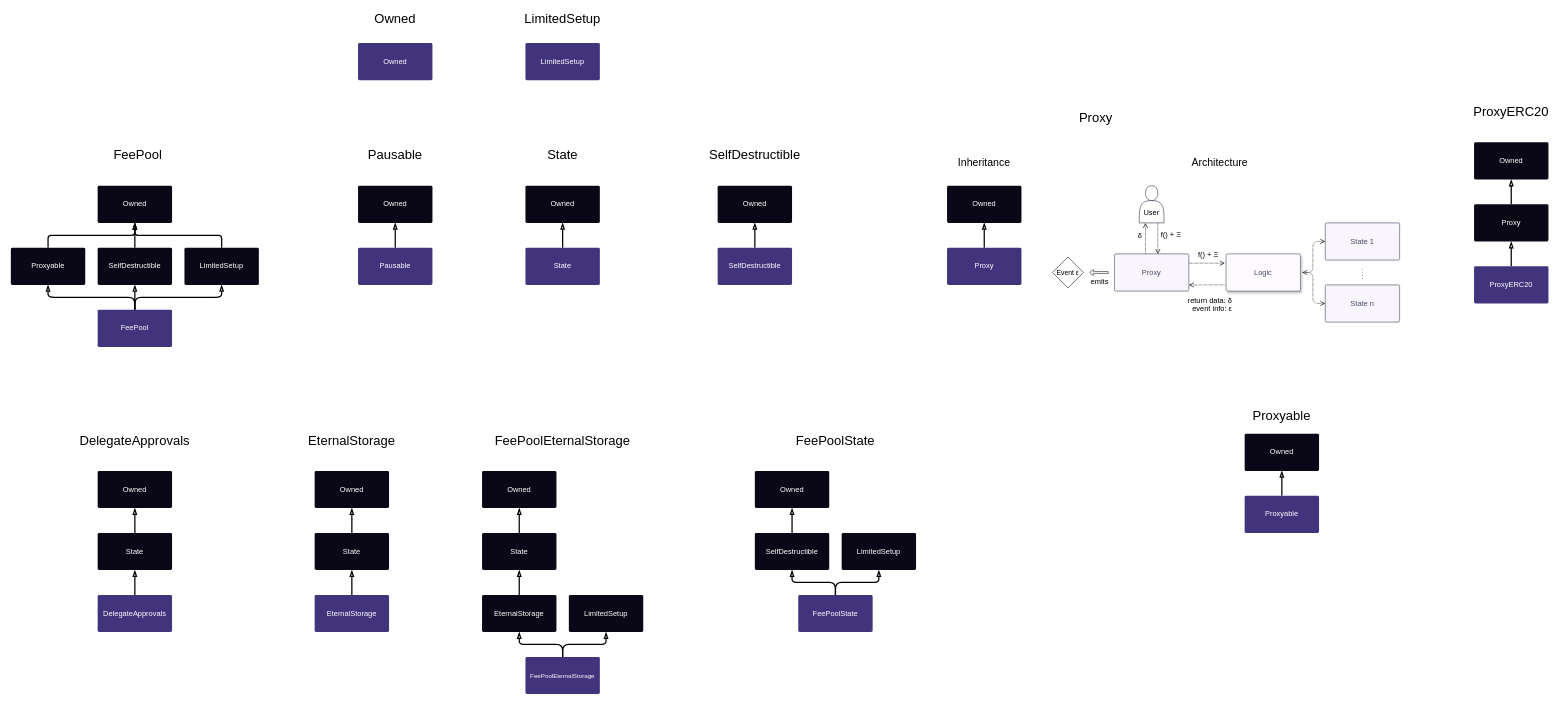
Before: docs/img/graphs/synthetix-docs-graphs.drawio in Synthetixio/synthetix, a draw.io diagram. Source tidied: cells renumbered, new cells numbered last; positions are measured from the earlier drawing's top-left corner, leaving out a move shared by most shapes. Both pictures are drawn from the tidied source at 62%, with x=0, y=0 at pixel (11, 12).
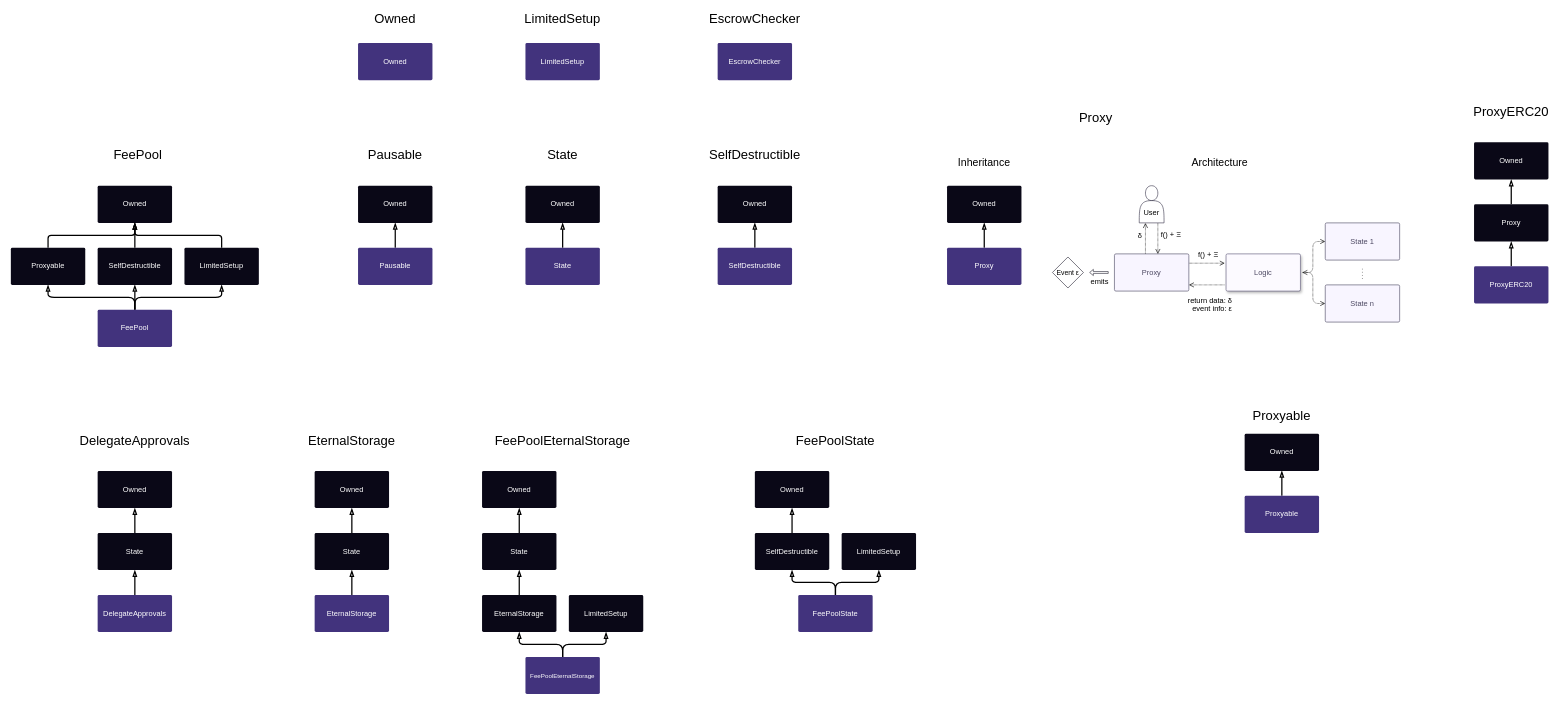
The same diagram, later.

Diff of the diagram source:
```diff
@@
+    <mxCell id="95" value="&lt;font color=&quot;#FFFFFF&quot;&gt;EscrowChecker&lt;/font&gt;" style="rounded=1;whiteSpace=wrap;html=1;fillColor=#42337D;strokeColor=none;arcSize=4;" parent="1" vertex="1">
+      <mxGeometry x="1140" y="50" width="120" height="60" as="geometry" />
+    </mxCell>
+    <mxCell id="96" value="EscrowChecker" style="text;html=1;strokeColor=none;fillColor=none;align=center;verticalAlign=middle;whiteSpace=wrap;rounded=0;fontSize=21;" parent="1" vertex="1">
+      <mxGeometry x="1180" width="40" height="20" as="geometry" />
+    </mxCell>
```
